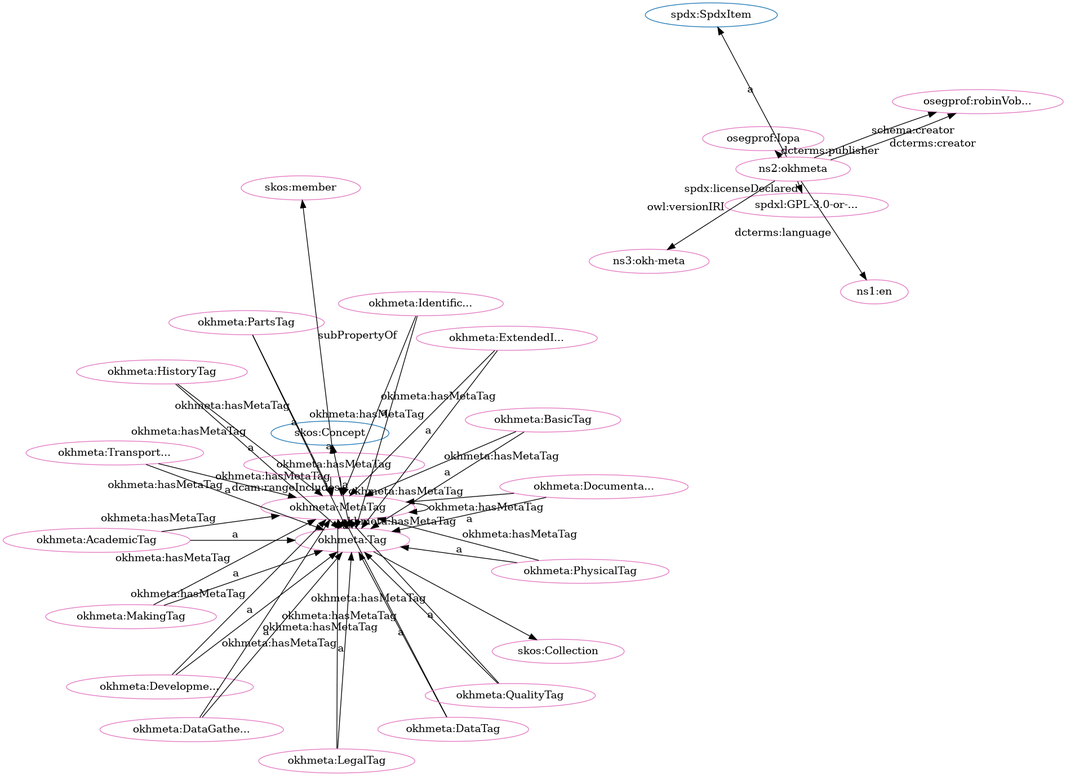
This is src/spec/dot_okh-meta-clean.png from iop-alliance/OpenKnowHow, a Graphviz export, as it was before one commit. Its source is kept beside it as src/spec/dot_okh-meta-clean.dot.
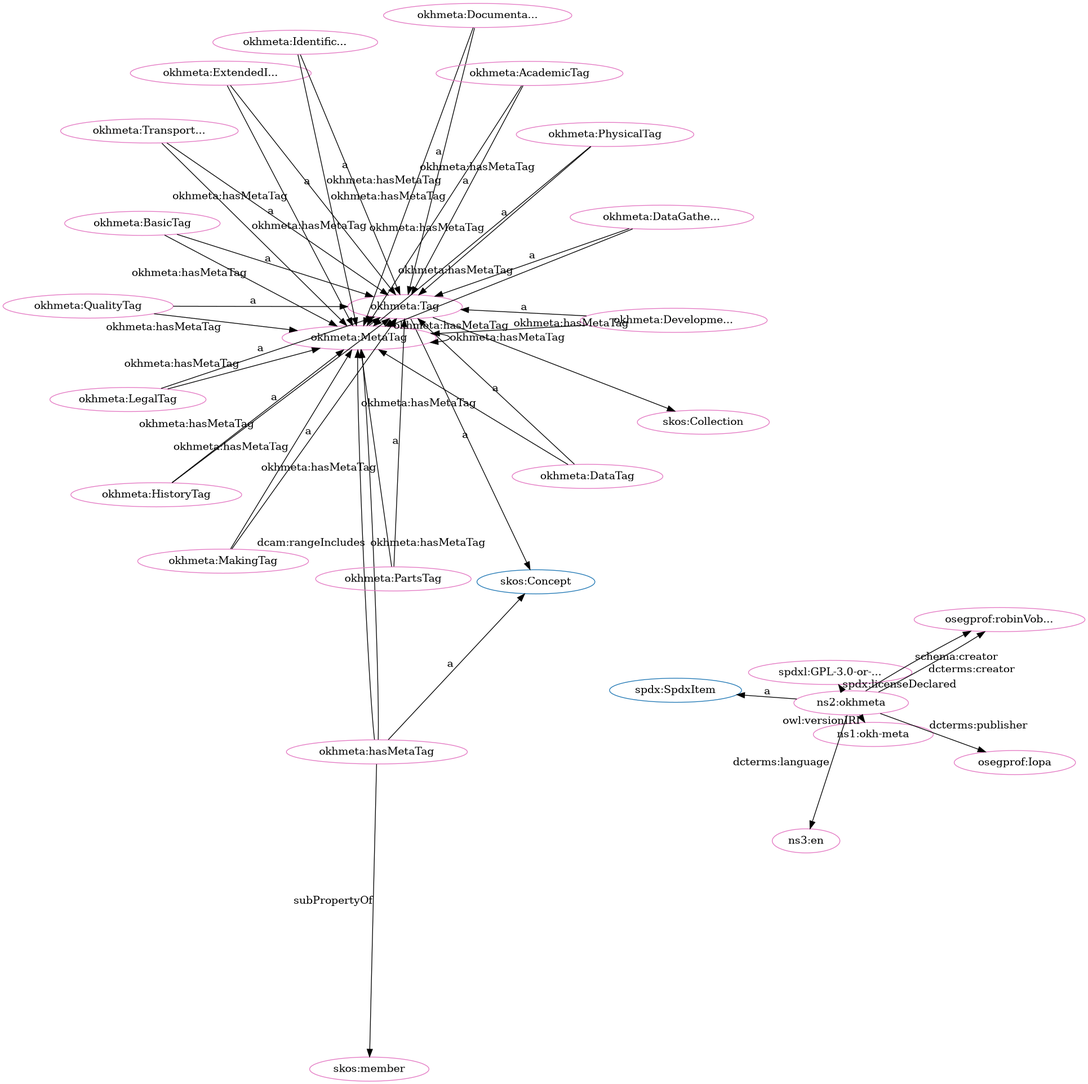
After the change.

What changed in the source:
```diff
@@ -1,80 +1,80 @@
 digraph G {
   rankdir=BT
   node[height=.3]
+"http://www.w3.org/2004/02/skos/core#Collection" [fillcolor="#1f77b4" color="#1f77b4" label="skos:Collection"]
+"http://w3id.org/oseg/ont/okhmeta#Tag" [fillcolor="#1f77b4" color="#1f77b4" label="okhmeta:Tag"]
+"http://www.w3.org/2004/02/skos/core#Concept" [fillcolor="#1f77b4" color="#1f77b4" label="skos:Concept"]
 "http://spdx.org/rdf/terms#SpdxItem" [fillcolor="#1f77b4" color="#1f77b4" label="spdx:SpdxItem"]
-"http://www.w3.org/2004/02/skos/core#Collection" [fillcolor="#1f77b4" color="#1f77b4" label="skos:Collection"]
-"http://www.w3.org/2004/02/skos/core#Concept" [fillcolor="#1f77b4" color="#1f77b4" label="skos:Concept"]
-"http://w3id.org/oseg/ont/okhmeta#Tag" [fillcolor="#1f77b4" color="#1f77b4" label="okhmeta:Tag"]
+"http://w3id.org/oseg/ont/okhmeta#ExtendedInfoTag" [fillcolor="#e377c2" color="#e377c2" label="okhmeta:ExtendedI..."]
+"http://w3id.org/oseg/ont/okhmeta#PhysicalTag" [fillcolor="#e377c2" color="#e377c2" label="okhmeta:PhysicalTag"]
+"http://w3id.org/oseg/ont/1.1.0/okh-meta" [fillcolor="#e377c2" color="#e377c2" label="ns1:okh-meta"]
 "http://w3id.org/oseg/ont/okhmeta#MetaTag" [fillcolor="#e377c2" color="#e377c2" label="okhmeta:MetaTag"]
+"http://w3id.org/oseg/ont/okhmeta#QualityTag" [fillcolor="#e377c2" color="#e377c2" label="okhmeta:QualityTag"]
+"http://w3id.org/oseg/ont/okhmeta#hasMetaTag" [fillcolor="#e377c2" color="#e377c2" label="okhmeta:hasMetaTag"]
+"http://w3id.org/oseg/ont/okhmeta#PartsTag" [fillcolor="#e377c2" color="#e377c2" label="okhmeta:PartsTag"]
+"http://w3id.org/oseg/ont/okhmeta" [fillcolor="#e377c2" color="#e377c2" label="ns2:okhmeta"]
+"http://w3id.org/oseg/ont/okhmeta#MakingTag" [fillcolor="#e377c2" color="#e377c2" label="okhmeta:MakingTag"]
+"http://w3id.org/oseg/ont/okhmeta#DataGatheringTag" [fillcolor="#e377c2" color="#e377c2" label="okhmeta:DataGathe..."]
+"http://w3id.org/oseg/ont/okhmeta#HistoryTag" [fillcolor="#e377c2" color="#e377c2" label="okhmeta:HistoryTag"]
+"http://w3id.org/oseg/ont/okhmeta#TransportationTag" [fillcolor="#e377c2" color="#e377c2" label="okhmeta:Transport..."]
+"http://w3id.org/oseg/ont/okhmeta#DevelopmentTag" [fillcolor="#e377c2" color="#e377c2" label="okhmeta:Developme..."]
+"http://w3id.org/oseg/ont/okhmeta#Tag" [fillcolor="#e377c2" color="#e377c2" label="okhmeta:Tag"]
+"http://spdx.org/licenses/GPL-3.0-or-later" [fillcolor="#e377c2" color="#e377c2" label="spdxl:GPL-3.0-or-..."]
+"http://www.w3.org/2004/02/skos/core#member" [fillcolor="#e377c2" color="#e377c2" label="skos:member"]
+"http://www.w3.org/2004/02/skos/core#Collection" [fillcolor="#e377c2" color="#e377c2" label="skos:Collection"]
+"http://w3id.org/oseg/ont/oseg-profiles#Iopa" [fillcolor="#e377c2" color="#e377c2" label="osegprof:Iopa"]
+"http://w3id.org/oseg/ont/okhmeta#IdentificationTag" [fillcolor="#e377c2" color="#e377c2" label="okhmeta:Identific..."]
+"http://w3id.org/oseg/ont/oseg-profiles#robinVobruba" [fillcolor="#e377c2" color="#e377c2" label="osegprof:robinVob..."]
+"http://w3id.org/oseg/ont/okhmeta#DataTag" [fillcolor="#e377c2" color="#e377c2" label="okhmeta:DataTag"]
+"http://w3id.org/oseg/ont/okhmeta#LegalTag" [fillcolor="#e377c2" color="#e377c2" label="okhmeta:LegalTag"]
+"http://w3id.org/oseg/ont/okhmeta#BasicTag" [fillcolor="#e377c2" color="#e377c2" label="okhmeta:BasicTag"]
 "http://w3id.org/oseg/ont/okhmeta#DocumentationTag" [fillcolor="#e377c2" color="#e377c2" label="okhmeta:Documenta..."]
-"http://w3id.org/oseg/ont/oseg-profiles#robinVobruba" [fillcolor="#e377c2" color="#e377c2" label="osegprof:robinVob..."]
+"http://id.loc.gov/vocabulary/iso639-1/en" [fillcolor="#e377c2" color="#e377c2" label="ns3:en"]
 "http://w3id.org/oseg/ont/okhmeta#AcademicTag" [fillcolor="#e377c2" color="#e377c2" label="okhmeta:AcademicTag"]
-"http://spdx.org/licenses/GPL-3.0-or-later" [fillcolor="#e377c2" color="#e377c2" label="spdxl:GPL-3.0-or-..."]
-"http://w3id.org/oseg/ont/okhmeta#MakingTag" [fillcolor="#e377c2" color="#e377c2" label="okhmeta:MakingTag"]
-"http://w3id.org/oseg/ont/oseg-profiles#Iopa" [fillcolor="#e377c2" color="#e377c2" label="osegprof:Iopa"]
-"http://w3id.org/oseg/ont/okhmeta#Tag" [fillcolor="#e377c2" color="#e377c2" label="okhmeta:Tag"]
-"http://w3id.org/oseg/ont/okhmeta#PartsTag" [fillcolor="#e377c2" color="#e377c2" label="okhmeta:PartsTag"]
-"http://w3id.org/oseg/ont/okhmeta#HistoryTag" [fillcolor="#e377c2" color="#e377c2" label="okhmeta:HistoryTag"]
-"http://w3id.org/oseg/ont/okhmeta#hasMetaTag" [fillcolor="#e377c2" color="#e377c2" label="okhmeta:hasMetaTag"]
-"http://w3id.org/oseg/ont/okhmeta#DataTag" [fillcolor="#e377c2" color="#e377c2" label="okhmeta:DataTag"]
-"http://id.loc.gov/vocabulary/iso639-1/en" [fillcolor="#e377c2" color="#e377c2" label="ns1:en"]
-"http://w3id.org/oseg/ont/okhmeta#DevelopmentTag" [fillcolor="#e377c2" color="#e377c2" label="okhmeta:Developme..."]
-"http://w3id.org/oseg/ont/okhmeta" [fillcolor="#e377c2" color="#e377c2" label="ns2:okhmeta"]
-"http://w3id.org/oseg/ont/okhmeta#IdentificationTag" [fillcolor="#e377c2" color="#e377c2" label="okhmeta:Identific..."]
-"http://w3id.org/oseg/ont/okhmeta#ExtendedInfoTag" [fillcolor="#e377c2" color="#e377c2" label="okhmeta:ExtendedI..."]
-"http://w3id.org/oseg/ont/okhmeta#BasicTag" [fillcolor="#e377c2" color="#e377c2" label="okhmeta:BasicTag"]
-"http://w3id.org/oseg/ont/okhmeta#QualityTag" [fillcolor="#e377c2" color="#e377c2" label="okhmeta:QualityTag"]
-"http://w3id.org/oseg/ont/okhmeta#DataGatheringTag" [fillcolor="#e377c2" color="#e377c2" label="okhmeta:DataGathe..."]
-"http://www.w3.org/2004/02/skos/core#Collection" [fillcolor="#e377c2" color="#e377c2" label="skos:Collection"]
-"http://w3id.org/oseg/ont/okhmeta#TransportationTag" [fillcolor="#e377c2" color="#e377c2" label="okhmeta:Transport..."]
-"http://w3id.org/oseg/ont/okhmeta#LegalTag" [fillcolor="#e377c2" color="#e377c2" label="okhmeta:LegalTag"]
-"http://www.w3.org/2004/02/skos/core#member" [fillcolor="#e377c2" color="#e377c2" label="skos:member"]
-"http://w3id.org/oseg/ont/okhmeta#PhysicalTag" [fillcolor="#e377c2" color="#e377c2" label="okhmeta:PhysicalTag"]
-"http://w3id.org/oseg/ont/1.1.0/okh-meta" [fillcolor="#e377c2" color="#e377c2" label="ns3:okh-meta"]
+  "http://w3id.org/oseg/ont/okhmeta#ExtendedInfoTag" -> "http://w3id.org/oseg/ont/okhmeta#Tag" [label="a"]
+  "http://w3id.org/oseg/ont/okhmeta#PhysicalTag" -> "http://w3id.org/oseg/ont/okhmeta#Tag" [label="a"]
+  "http://w3id.org/oseg/ont/okhmeta" -> "http://w3id.org/oseg/ont/1.1.0/okh-meta" [label="owl:versionIRI"]
+  "http://w3id.org/oseg/ont/okhmeta#QualityTag" -> "http://w3id.org/oseg/ont/okhmeta#Tag" [label="a"]
+  "http://w3id.org/oseg/ont/okhmeta#PartsTag" -> "http://w3id.org/oseg/ont/okhmeta#Tag" [label="a"]
+  "http://w3id.org/oseg/ont/okhmeta#MakingTag" -> "http://w3id.org/oseg/ont/okhmeta#Tag" [label="a"]
+  "http://w3id.org/oseg/ont/okhmeta#DataGatheringTag" -> "http://w3id.org/oseg/ont/okhmeta#Tag" [label="a"]
+  "http://w3id.org/oseg/ont/okhmeta#Tag" -> "http://w3id.org/oseg/ont/okhmeta#MetaTag" [label="okhmeta:hasMetaTag"]
+  "http://w3id.org/oseg/ont/okhmeta#HistoryTag" -> "http://w3id.org/oseg/ont/okhmeta#Tag" [label="a"]
+  "http://w3id.org/oseg/ont/okhmeta#hasMetaTag" -> "http://w3id.org/oseg/ont/okhmeta#MetaTag" [label="dcam:rangeIncludes"]
+  "http://w3id.org/oseg/ont/okhmeta#DevelopmentTag" -> "http://w3id.org/oseg/ont/okhmeta#MetaTag" [label="okhmeta:hasMetaTag"]
+  "http://w3id.org/oseg/ont/okhmeta#DevelopmentTag" -> "http://w3id.org/oseg/ont/okhmeta#Tag" [label="a"]
+  "http://w3id.org/oseg/ont/okhmeta#PartsTag" -> "http://w3id.org/oseg/ont/okhmeta#MetaTag" [label="okhmeta:hasMetaTag"]
+  "http://w3id.org/oseg/ont/okhmeta#DataGatheringTag" -> "http://w3id.org/oseg/ont/okhmeta#MetaTag" [label="okhmeta:hasMetaTag"]
   "http://w3id.org/oseg/ont/okhmeta#BasicTag" -> "http://w3id.org/oseg/ont/okhmeta#MetaTag" [label="okhmeta:hasMetaTag"]
+  "http://w3id.org/oseg/ont/okhmeta#HistoryTag" -> "http://w3id.org/oseg/ont/okhmeta#MetaTag" [label="okhmeta:hasMetaTag"]
+  "http://w3id.org/oseg/ont/okhmeta" -> "http://w3id.org/oseg/ont/oseg-profiles#robinVobruba" [label="schema:creator"]
+  "http://w3id.org/oseg/ont/okhmeta" -> "http://w3id.org/oseg/ont/oseg-profiles#robinVobruba" [label="dcterms:creator"]
+  "http://w3id.org/oseg/ont/okhmeta#LegalTag" -> "http://w3id.org/oseg/ont/okhmeta#MetaTag" [label="okhmeta:hasMetaTag"]
+  "http://w3id.org/oseg/ont/okhmeta#BasicTag" -> "http://w3id.org/oseg/ont/okhmeta#Tag" [label="a"]
+  "http://w3id.org/oseg/ont/okhmeta#DocumentationTag" -> "http://w3id.org/oseg/ont/okhmeta#Tag" [label="a"]
+  "http://w3id.org/oseg/ont/okhmeta#MetaTag" -> "http://w3id.org/oseg/ont/okhmeta#Tag" [label="a"]
+  "http://w3id.org/oseg/ont/okhmeta" -> "http://id.loc.gov/vocabulary/iso639-1/en" [label="dcterms:language"]
+  "http://w3id.org/oseg/ont/okhmeta#AcademicTag" -> "http://w3id.org/oseg/ont/okhmeta#Tag" [label="a"]
   "http://w3id.org/oseg/ont/okhmeta#QualityTag" -> "http://w3id.org/oseg/ont/okhmeta#MetaTag" [label="okhmeta:hasMetaTag"]
+  "http://w3id.org/oseg/ont/okhmeta#hasMetaTag" -> "http://www.w3.org/2004/02/skos/core#Concept" [label="a"]
+  "http://w3id.org/oseg/ont/okhmeta#MakingTag" -> "http://w3id.org/oseg/ont/okhmeta#MetaTag" [label="okhmeta:hasMetaTag"]
+  "http://w3id.org/oseg/ont/okhmeta" -> "http://spdx.org/rdf/terms#SpdxItem" [label="a"]
+  "http://w3id.org/oseg/ont/okhmeta#TransportationTag" -> "http://w3id.org/oseg/ont/okhmeta#Tag" [label="a"]
+  "http://w3id.org/oseg/ont/okhmeta#MetaTag" -> "http://w3id.org/oseg/ont/okhmeta#MetaTag" [label="okhmeta:hasMetaTag"]
+  "http://w3id.org/oseg/ont/okhmeta#IdentificationTag" -> "http://w3id.org/oseg/ont/okhmeta#MetaTag" [label="okhmeta:hasMetaTag"]
+  "http://w3id.org/oseg/ont/okhmeta#Tag" -> "http://www.w3.org/2004/02/skos/core#Concept" [label="a"]
+  "http://w3id.org/oseg/ont/okhmeta" -> "http://spdx.org/licenses/GPL-3.0-or-later" [label="spdx:licenseDeclared"]
+  "http://w3id.org/oseg/ont/okhmeta#hasMetaTag" -> "http://www.w3.org/2004/02/skos/core#member" [label="subPropertyOf"]
+  "http://w3id.org/oseg/ont/okhmeta#Tag" -> "http://www.w3.org/2004/02/skos/core#Collection" [label=""]
+  "http://w3id.org/oseg/ont/okhmeta" -> "http://w3id.org/oseg/ont/oseg-profiles#Iopa" [label="dcterms:publisher"]
+  "http://w3id.org/oseg/ont/okhmeta#DataTag" -> "http://w3id.org/oseg/ont/okhmeta#MetaTag" [label="okhmeta:hasMetaTag"]
+  "http://w3id.org/oseg/ont/okhmeta#IdentificationTag" -> "http://w3id.org/oseg/ont/okhmeta#Tag" [label="a"]
+  "http://w3id.org/oseg/ont/okhmeta#hasMetaTag" -> "http://w3id.org/oseg/ont/okhmeta#MetaTag" [label="okhmeta:hasMetaTag"]
+  "http://w3id.org/oseg/ont/okhmeta#TransportationTag" -> "http://w3id.org/oseg/ont/okhmeta#MetaTag" [label="okhmeta:hasMetaTag"]
+  "http://w3id.org/oseg/ont/okhmeta#DataTag" -> "http://w3id.org/oseg/ont/okhmeta#Tag" [label="a"]
+  "http://w3id.org/oseg/ont/okhmeta#LegalTag" -> "http://w3id.org/oseg/ont/okhmeta#Tag" [label="a"]
+  "http://w3id.org/oseg/ont/okhmeta#ExtendedInfoTag" -> "http://w3id.org/oseg/ont/okhmeta#MetaTag" [label="okhmeta:hasMetaTag"]
+  "http://w3id.org/oseg/ont/okhmeta#PhysicalTag" -> "http://w3id.org/oseg/ont/okhmeta#MetaTag" [label="okhmeta:hasMetaTag"]
+  "http://w3id.org/oseg/ont/okhmeta#DocumentationTag" -> "http://w3id.org/oseg/ont/okhmeta#MetaTag" [label="okhmeta:hasMetaTag"]
   "http://w3id.org/oseg/ont/okhmeta#AcademicTag" -> "http://w3id.org/oseg/ont/okhmeta#MetaTag" [label="okhmeta:hasMetaTag"]
-  "http://w3id.org/oseg/ont/okhmeta#LegalTag" -> "http://w3id.org/oseg/ont/okhmeta#MetaTag" [label="okhmeta:hasMetaTag"]
-  "http://w3id.org/oseg/ont/okhmeta#MetaTag" -> "http://w3id.org/oseg/ont/okhmeta#MetaTag" [label="okhmeta:hasMetaTag"]
-  "http://w3id.org/oseg/ont/okhmeta#PhysicalTag" -> "http://w3id.org/oseg/ont/okhmeta#MetaTag" [label="okhmeta:hasMetaTag"]
-  "http://w3id.org/oseg/ont/okhmeta#HistoryTag" -> "http://w3id.org/oseg/ont/okhmeta#MetaTag" [label="okhmeta:hasMetaTag"]
-  "http://w3id.org/oseg/ont/okhmeta#DocumentationTag" -> "http://w3id.org/oseg/ont/okhmeta#Tag" [label="a"]
-  "http://w3id.org/oseg/ont/okhmeta#DevelopmentTag" -> "http://w3id.org/oseg/ont/okhmeta#MetaTag" [label="okhmeta:hasMetaTag"]
-  "http://w3id.org/oseg/ont/okhmeta#MakingTag" -> "http://w3id.org/oseg/ont/okhmeta#Tag" [label="a"]
-  "http://w3id.org/oseg/ont/okhmeta#Tag" -> "http://w3id.org/oseg/ont/okhmeta#MetaTag" [label="okhmeta:hasMetaTag"]
-  "http://w3id.org/oseg/ont/okhmeta#Tag" -> "http://www.w3.org/2004/02/skos/core#Concept" [label="a"]
-  "http://w3id.org/oseg/ont/okhmeta#PartsTag" -> "http://w3id.org/oseg/ont/okhmeta#Tag" [label="a"]
-  "http://w3id.org/oseg/ont/okhmeta" -> "http://id.loc.gov/vocabulary/iso639-1/en" [label="dcterms:language"]
-  "http://w3id.org/oseg/ont/okhmeta" -> "http://spdx.org/rdf/terms#SpdxItem" [label="a"]
-  "http://w3id.org/oseg/ont/okhmeta#IdentificationTag" -> "http://w3id.org/oseg/ont/okhmeta#Tag" [label="a"]
-  "http://w3id.org/oseg/ont/okhmeta#ExtendedInfoTag" -> "http://w3id.org/oseg/ont/okhmeta#Tag" [label="a"]
-  "http://w3id.org/oseg/ont/okhmeta#PartsTag" -> "http://w3id.org/oseg/ont/okhmeta#MetaTag" [label="okhmeta:hasMetaTag"]
-  "http://w3id.org/oseg/ont/okhmeta#BasicTag" -> "http://w3id.org/oseg/ont/okhmeta#Tag" [label="a"]
-  "http://w3id.org/oseg/ont/okhmeta#MetaTag" -> "http://w3id.org/oseg/ont/okhmeta#Tag" [label="a"]
-  "http://w3id.org/oseg/ont/okhmeta#QualityTag" -> "http://w3id.org/oseg/ont/okhmeta#Tag" [label="a"]
-  "http://w3id.org/oseg/ont/okhmeta#DataGatheringTag" -> "http://w3id.org/oseg/ont/okhmeta#Tag" [label="a"]
-  "http://w3id.org/oseg/ont/okhmeta#hasMetaTag" -> "http://www.w3.org/2004/02/skos/core#member" [label="subPropertyOf"]
-  "http://w3id.org/oseg/ont/okhmeta#PhysicalTag" -> "http://w3id.org/oseg/ont/okhmeta#Tag" [label="a"]
-  "http://w3id.org/oseg/ont/okhmeta#IdentificationTag" -> "http://w3id.org/oseg/ont/okhmeta#MetaTag" [label="okhmeta:hasMetaTag"]
-  "http://w3id.org/oseg/ont/okhmeta#hasMetaTag" -> "http://w3id.org/oseg/ont/okhmeta#MetaTag" [label="dcam:rangeIncludes"]
-  "http://w3id.org/oseg/ont/okhmeta#DataGatheringTag" -> "http://w3id.org/oseg/ont/okhmeta#MetaTag" [label="okhmeta:hasMetaTag"]
-  "http://w3id.org/oseg/ont/okhmeta#MakingTag" -> "http://w3id.org/oseg/ont/okhmeta#MetaTag" [label="okhmeta:hasMetaTag"]
-  "http://w3id.org/oseg/ont/okhmeta#TransportationTag" -> "http://w3id.org/oseg/ont/okhmeta#MetaTag" [label="okhmeta:hasMetaTag"]
-  "http://w3id.org/oseg/ont/okhmeta" -> "http://w3id.org/oseg/ont/oseg-profiles#robinVobruba" [label="schema:creator"]
-  "http://w3id.org/oseg/ont/okhmeta#AcademicTag" -> "http://w3id.org/oseg/ont/okhmeta#Tag" [label="a"]
-  "http://w3id.org/oseg/ont/okhmeta" -> "http://spdx.org/licenses/GPL-3.0-or-later" [label="spdx:licenseDeclared"]
-  "http://w3id.org/oseg/ont/okhmeta" -> "http://w3id.org/oseg/ont/oseg-profiles#Iopa" [label="dcterms:publisher"]
-  "http://w3id.org/oseg/ont/okhmeta" -> "http://w3id.org/oseg/ont/oseg-profiles#robinVobruba" [label="dcterms:creator"]
-  "http://w3id.org/oseg/ont/okhmeta#DocumentationTag" -> "http://w3id.org/oseg/ont/okhmeta#MetaTag" [label="okhmeta:hasMetaTag"]
-  "http://w3id.org/oseg/ont/okhmeta#HistoryTag" -> "http://w3id.org/oseg/ont/okhmeta#Tag" [label="a"]
-  "http://w3id.org/oseg/ont/okhmeta#DataTag" -> "http://w3id.org/oseg/ont/okhmeta#Tag" [label="a"]
-  "http://w3id.org/oseg/ont/okhmeta#DevelopmentTag" -> "http://w3id.org/oseg/ont/okhmeta#Tag" [label="a"]
-  "http://w3id.org/oseg/ont/okhmeta#DataTag" -> "http://w3id.org/oseg/ont/okhmeta#MetaTag" [label="okhmeta:hasMetaTag"]
-  "http://w3id.org/oseg/ont/okhmeta#Tag" -> "http://www.w3.org/2004/02/skos/core#Collection" [label=""]
-  "http://w3id.org/oseg/ont/okhmeta#TransportationTag" -> "http://w3id.org/oseg/ont/okhmeta#Tag" [label="a"]
-  "http://w3id.org/oseg/ont/okhmeta#LegalTag" -> "http://w3id.org/oseg/ont/okhmeta#Tag" [label="a"]
-  "http://w3id.org/oseg/ont/okhmeta" -> "http://w3id.org/oseg/ont/1.1.0/okh-meta" [label="owl:versionIRI"]
-  "http://w3id.org/oseg/ont/okhmeta#hasMetaTag" -> "http://w3id.org/oseg/ont/okhmeta#MetaTag" [label="okhmeta:hasMetaTag"]
-  "http://w3id.org/oseg/ont/okhmeta#hasMetaTag" -> "http://www.w3.org/2004/02/skos/core#Concept" [label="a"]
-  "http://w3id.org/oseg/ont/okhmeta#ExtendedInfoTag" -> "http://w3id.org/oseg/ont/okhmeta#MetaTag" [label="okhmeta:hasMetaTag"]
 }
```
